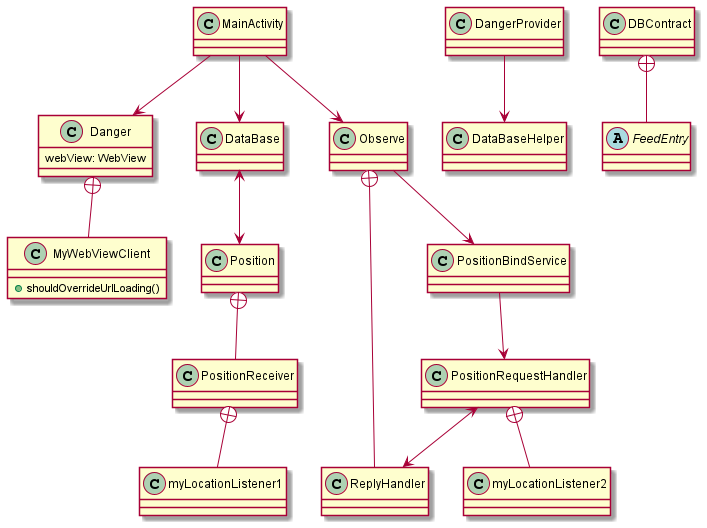
Before: UML_diagram.png, a diagram exported from PlantUML (AlexYach1973/Capstone). Source of this version:
```plantuml
@startuml

class MainActivity
class Danger {
 webView: WebView
}
class MyWebViewClient {
 +shouldOverrideUrlLoading()
}
class DataBase
class Observe
class ReplyHandler
class PositionBindService
class PositionRequestHandler
class myLocationListener2
class Position
class PositionReceiver
class myLocationListener1
class DataBaseHelper
class DangerProvider
class DBContract
abstract class FeedEntry

MainActivity --> Danger
MainActivity --> Observe
MainActivity --> DataBase
DataBase <--> Position
DBContract +-- FeedEntry
Position +-- PositionReceiver
Observe +-- ReplyHandler
Observe --> PositionBindService
PositionBindService --> PositionRequestHandler
PositionRequestHandler <--> ReplyHandler
DangerProvider --> DataBaseHelper
Danger +-- MyWebViewClient
PositionReceiver +-- myLocationListener1
PositionRequestHandler +-- myLocationListener2




@enduml
```
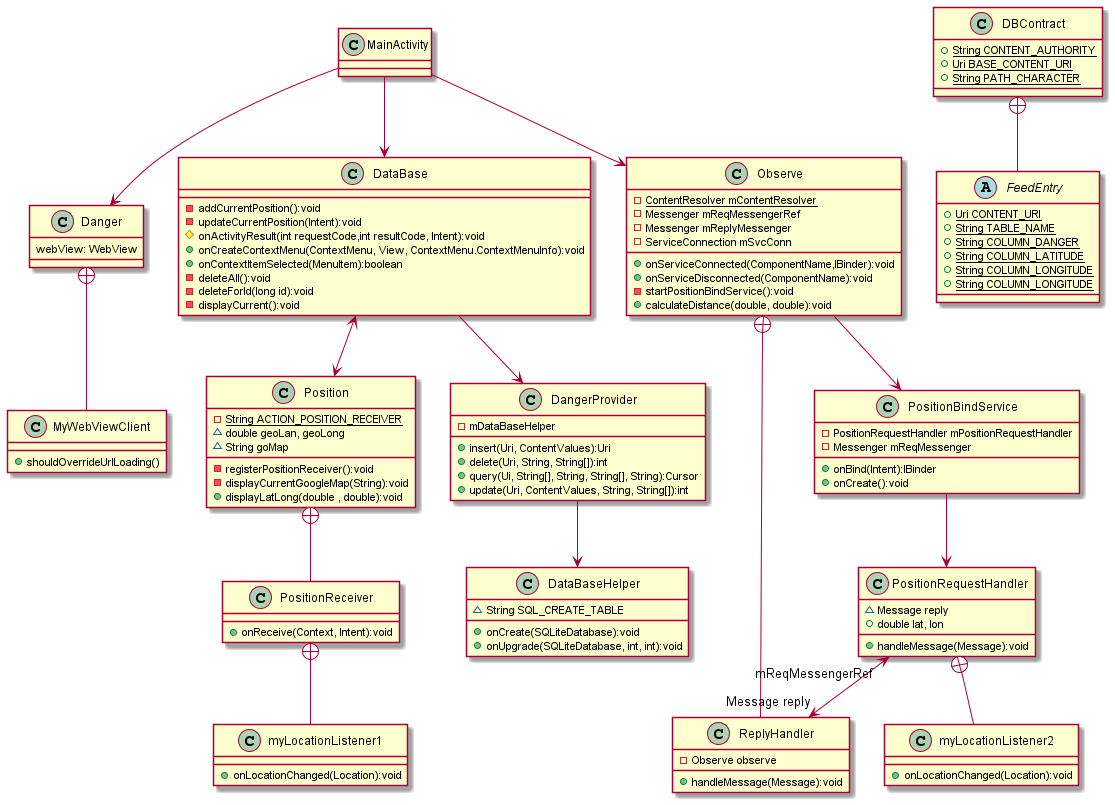
Later version of the same file.

What changed in the source:
```diff
@@ -4,33 +4,112 @@
 class Danger {
  webView: WebView
 }
+
 class MyWebViewClient {
  +shouldOverrideUrlLoading()
 }
-class DataBase
-class Observe
-class ReplyHandler
-class PositionBindService
-class PositionRequestHandler
-class myLocationListener2
-class Position
-class PositionReceiver
-class myLocationListener1
-class DataBaseHelper
-class DangerProvider
-class DBContract
-abstract class FeedEntry
+
+class DataBase {
+- addCurrentPosition():void
+- updateCurrentPosition(Intent):void
+# onActivityResult(int requestCode,int resultCode, Intent):void
++ onCreateContextMenu(ContextMenu, View, ContextMenu.ContextMenuInfo):void
++ onContextItemSelected(MenuItem):boolean
+- deleteAll():void
+- deleteForId(long id):void
+- displayCurrent():void
+}
+
+class Observe {
+- {static} ContentResolver mContentResolver
+- Messenger mReqMessengerRef
+-  Messenger mReplyMessenger
+- ServiceConnection mSvcConn
++ onServiceConnected(ComponentName,IBinder):void
++ onServiceDisconnected(ComponentName):void
+- startPositionBindService():void
++ calculateDistance(double, double):void
+}
+
+class ReplyHandler {
+- Observe observe
++ handleMessage(Message):void
+}
+
+class PositionBindService {
+- PositionRequestHandler mPositionRequestHandler
+- Messenger mReqMessenger
++ onBind(Intent):IBinder
++ onCreate():void
+}
+
+class PositionRequestHandler {
+~ Message reply
++ double lat, lon
++ handleMessage(Message):void
+}
+
+class myLocationListener2 {
++ onLocationChanged(Location):void
+}
+
+class Position {
+- {static} String ACTION_POSITION_RECEIVER
+~ double geoLan, geoLong
+~ String goMap
+- registerPositionReceiver():void
+- displayCurrentGoogleMap(String):void
++ displayLatLong(double , double):void
+}
+
+class PositionReceiver {
++  onReceive(Context, Intent):void
+}
+
+class myLocationListener1 {
++ onLocationChanged(Location):void
+}
+
+class DataBaseHelper {
+~ String SQL_CREATE_TABLE
++ onCreate(SQLiteDatabase):void
++ onUpgrade(SQLiteDatabase, int, int):void
+}
+
+class DangerProvider {
+- mDataBaseHelper
++ insert(Uri, ContentValues):Uri
++ delete(Uri, String, String[]):int
++ query(Ui, String[], String, String[], String):Cursor
++ update(Uri, ContentValues, String, String[]):int
+}
+
+class DBContract {
++ {static} String CONTENT_AUTHORITY
++ {static} Uri BASE_CONTENT_URI
++ {static} String PATH_CHARACTER
+}
+
+abstract class FeedEntry {
++ {static} Uri CONTENT_URI
++ {static} String TABLE_NAME
++ {static} String COLUMN_DANGER
++ {static} String COLUMN_LATITUDE
++ {static} String COLUMN_LONGITUDE
++ {static} String COLUMN_LONGITUDE
+}
 
 MainActivity --> Danger
 MainActivity --> Observe
 MainActivity --> DataBase
 DataBase <--> Position
+DataBase --> DangerProvider
 DBContract +-- FeedEntry
 Position +-- PositionReceiver
 Observe +-- ReplyHandler
 Observe --> PositionBindService
 PositionBindService --> PositionRequestHandler
-PositionRequestHandler <--> ReplyHandler
+PositionRequestHandler "mReqMessengerRef" <--> "Message reply" ReplyHandler
 DangerProvider --> DataBaseHelper
 Danger +-- MyWebViewClient
 PositionReceiver +-- myLocationListener1
```
